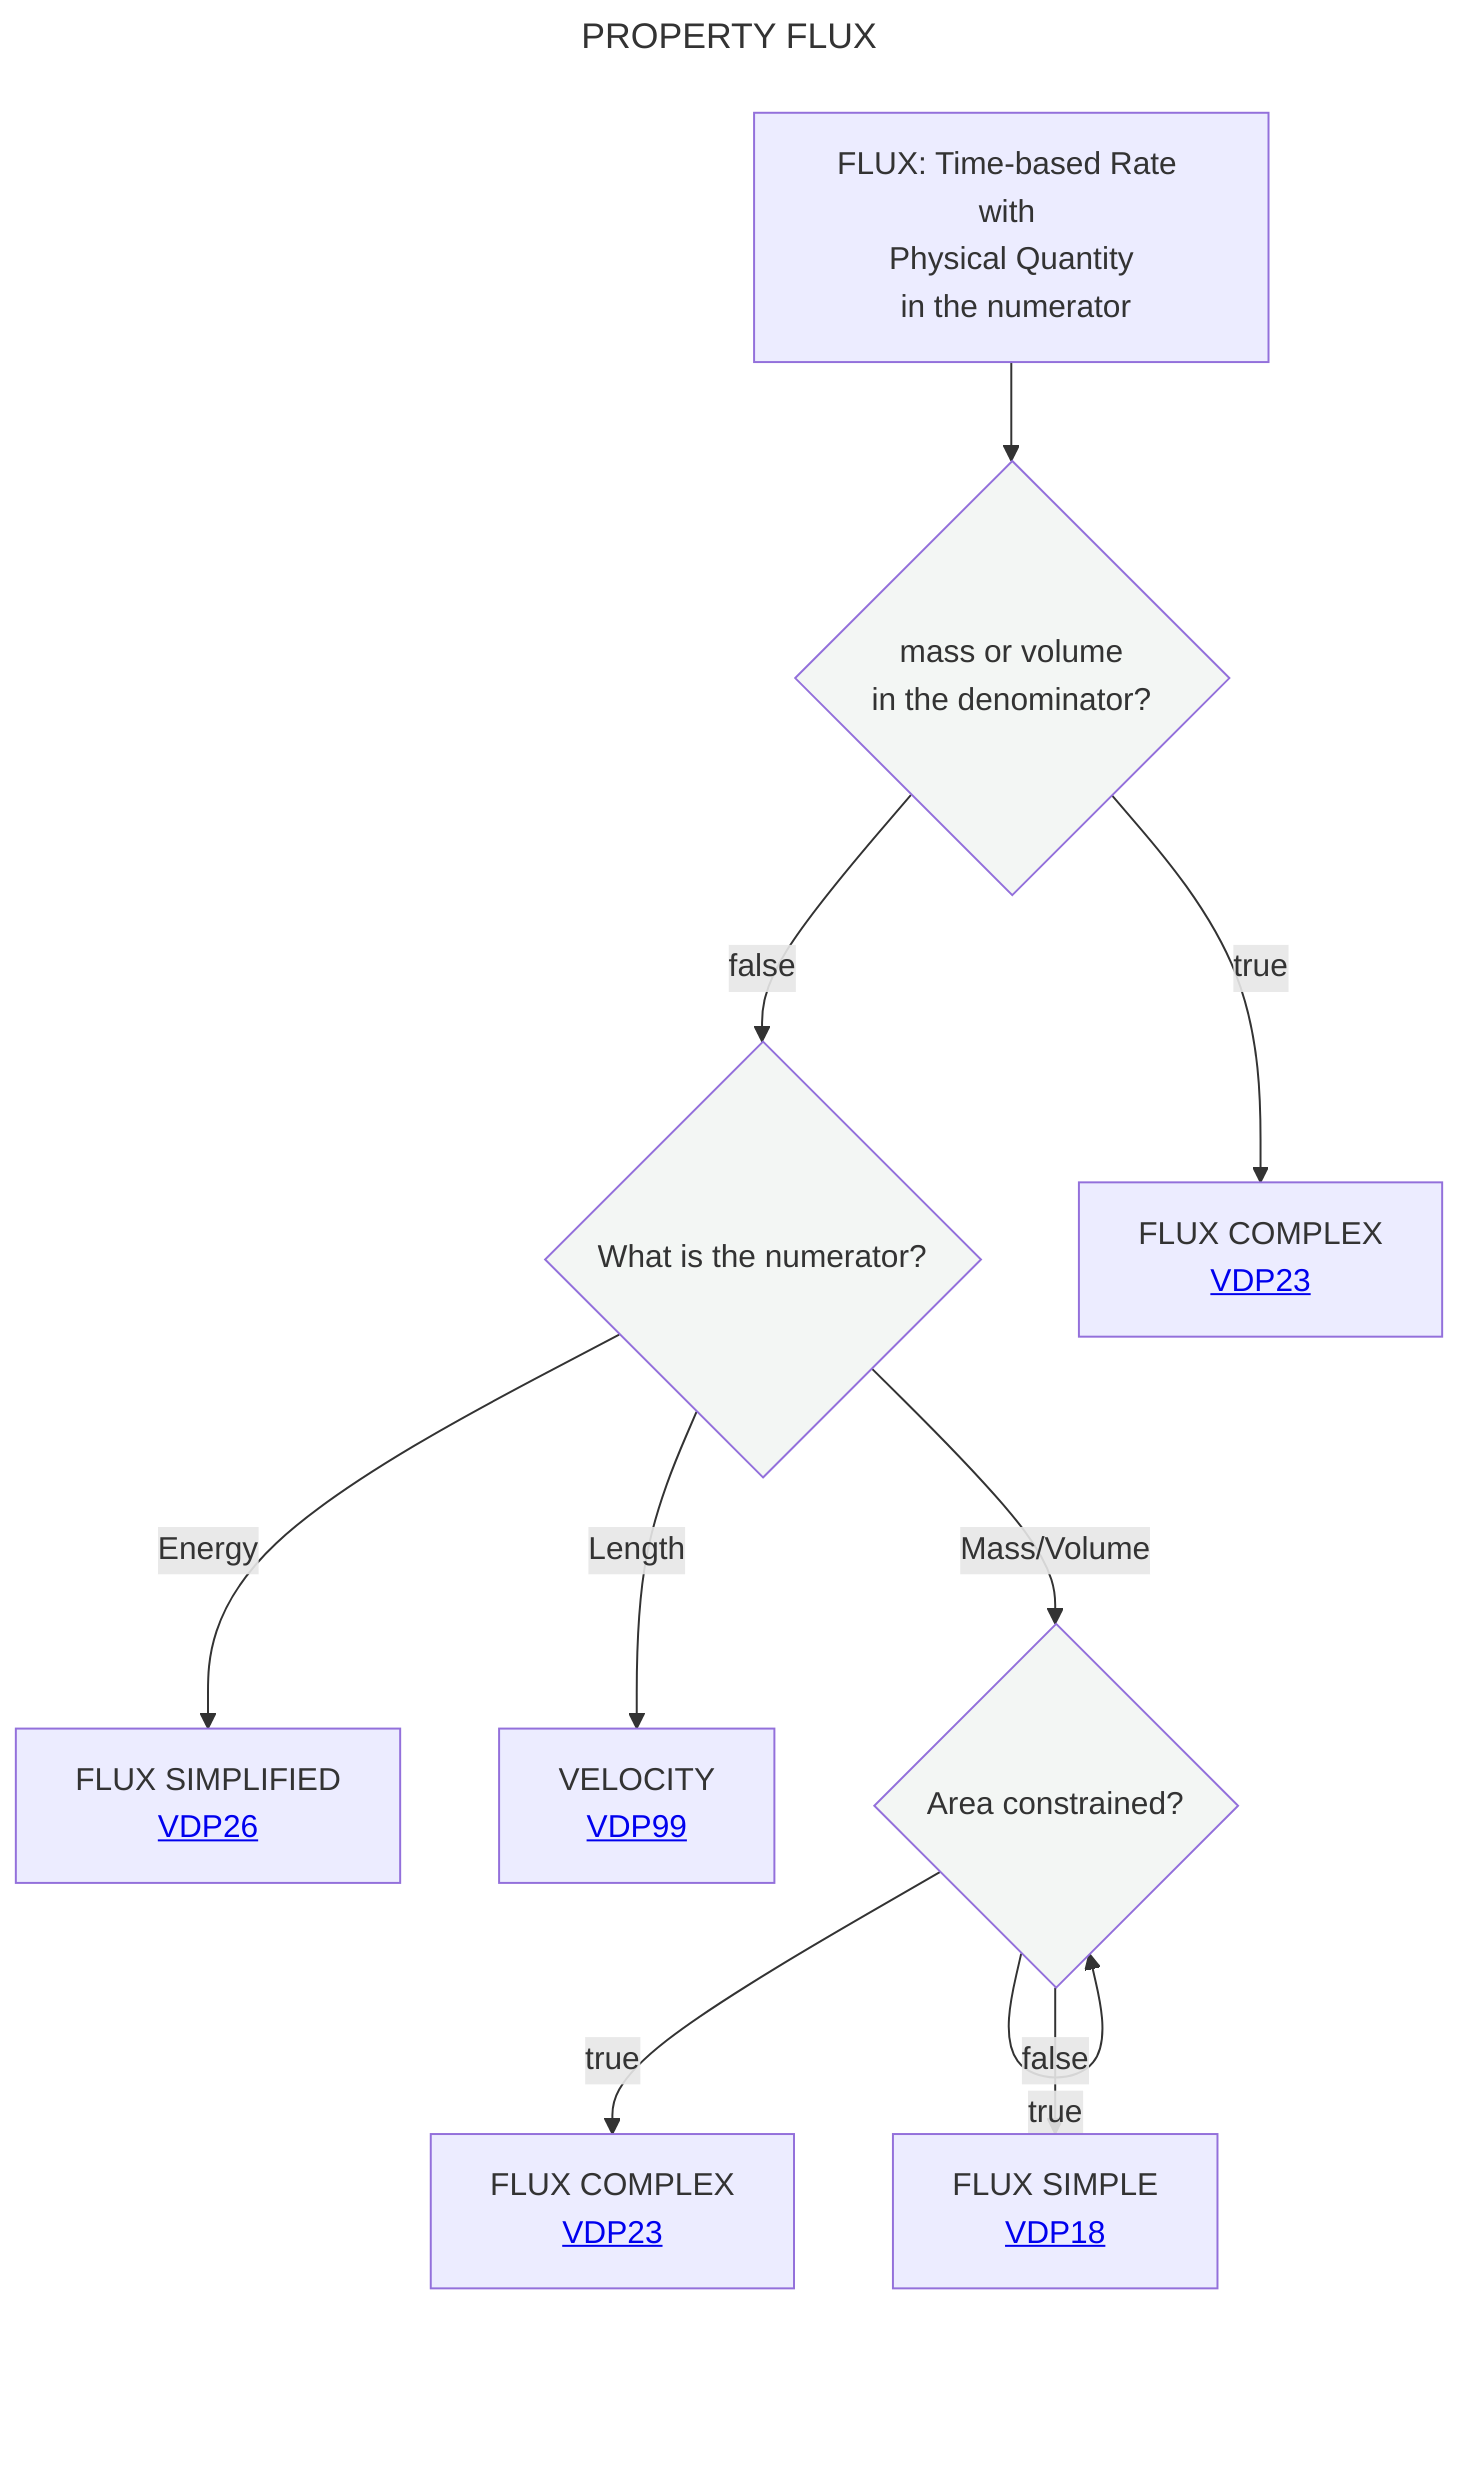
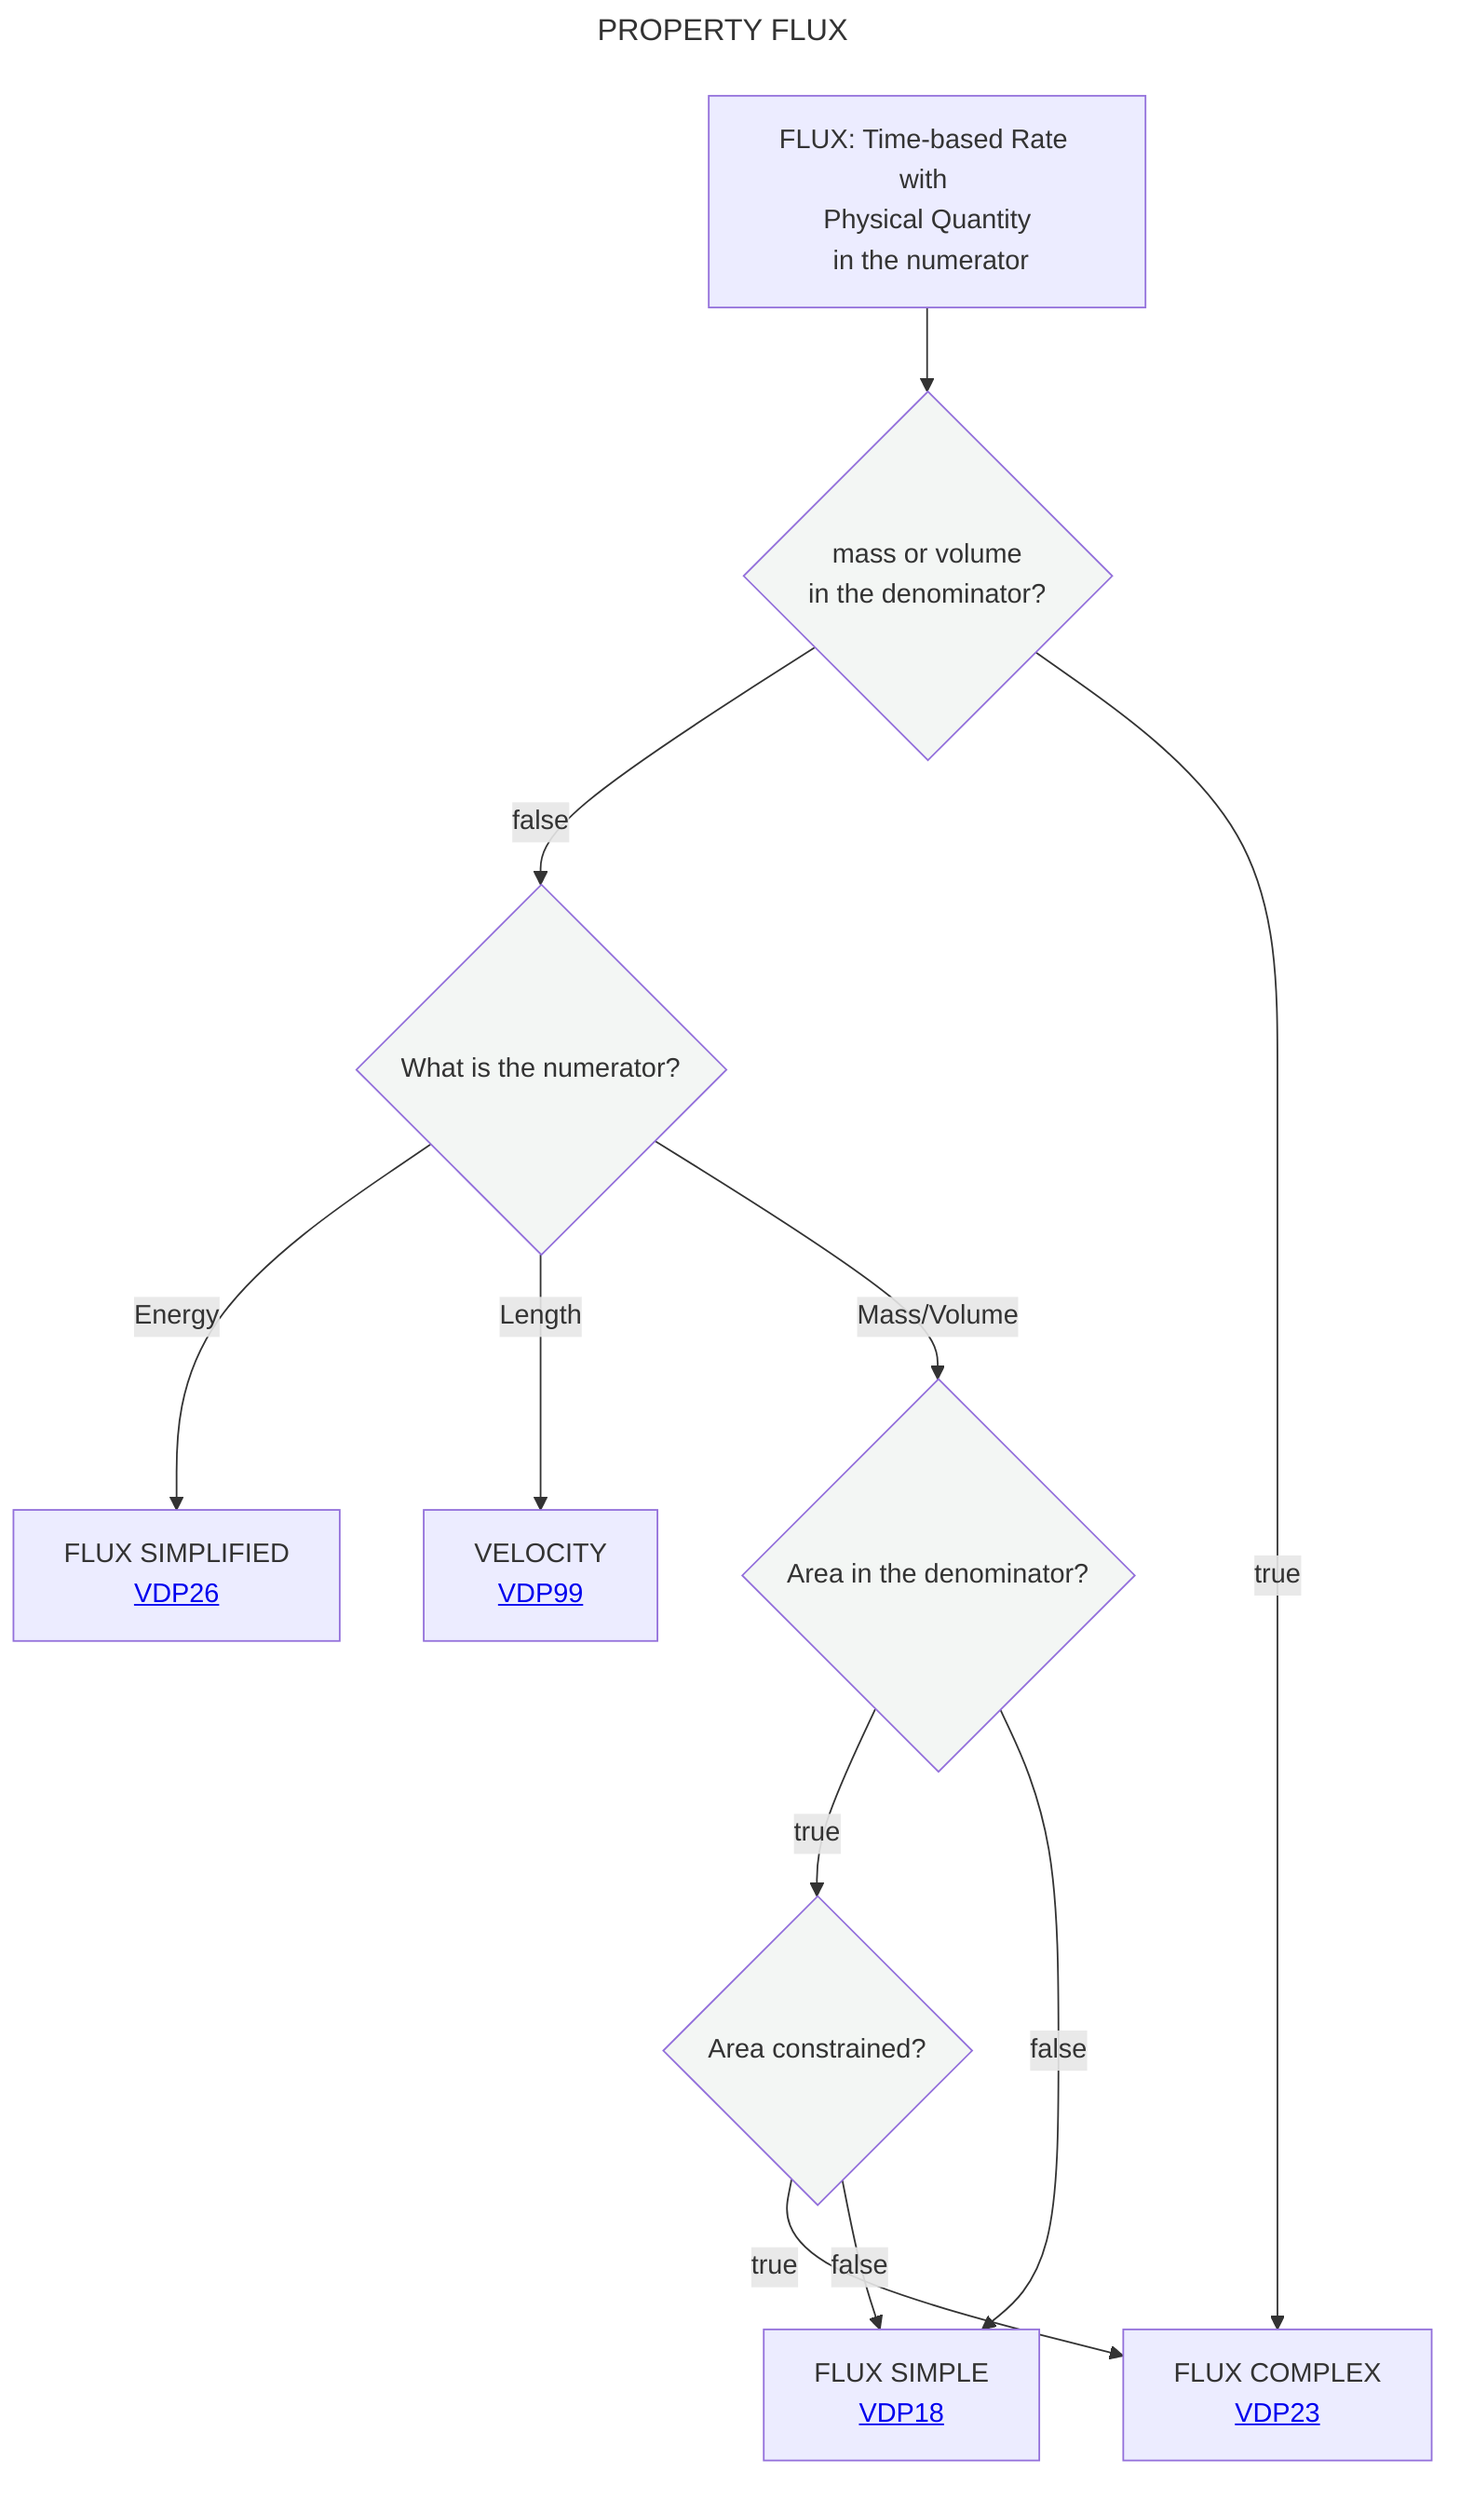
---
title: PROPERTY FLUX
---
flowchart TD
    A[FLUX: Time-based Rate with <br> Physical Quantity <br> in the numerator] --> B{mass or volume <br> in the denominator?}:::white
    B --> |false|C{What is the numerator?}:::white
    C -- Energy--> D[FLUX SIMPLIFIED <br> <a href='https://github.com/mabablue/I-ADOPT-patterns-playground/blob/main/pattern/VDP26.yaml'>VDP26</a>]
    C -- Length --> E[VELOCITY <br> <a href='https://github.com/mabablue/I-ADOPT-patterns-playground/blob/main/pattern/VDP99.yaml'>VDP99</a]
    C -- Mass/Volume --> F{Area in the denominator?}:::white
-     F --> |true|F{Area constrained?}:::white
-     F --> |true|G[FLUX COMPLEX <br> <a href='https://github.com/mabablue/I-ADOPT-patterns-playground/blob/main/pattern/VDP23.yaml'>VDP23</a>]
-     F --> |false|H[FLUX SIMPLE <br> <a href='https://github.com/mabablue/I-ADOPT-patterns-playground/blob/main/pattern/VDP18.yaml'>VDP18</a>]
-     B --> |true|K[FLUX COMPLEX <br> <a href='https://github.com/mabablue/I-ADOPT-patterns-playground/blob/main/pattern/VDP23.yaml'>VDP23</a>]
+     F --> |true|G{Area constrained?}:::white
+     F --> |false|I[FLUX SIMPLE <br> <a href='https://github.com/mabablue/I-ADOPT-patterns-playground/blob/main/pattern/VDP18.yaml'>VDP18</a>]
+     G --> |true|H[FLUX COMPLEX <br> <a href='https://github.com/mabablue/I-ADOPT-patterns-playground/blob/main/pattern/VDP23.yaml'>VDP23</a>]
+     G --> |false|I
+     B --> |true|H
   classDef blue fill:#90D5FF
   classDef satblue fill:#57B9FF
   classDef white fill:#f3f6f4
   classDef green fill:#6aa84f
